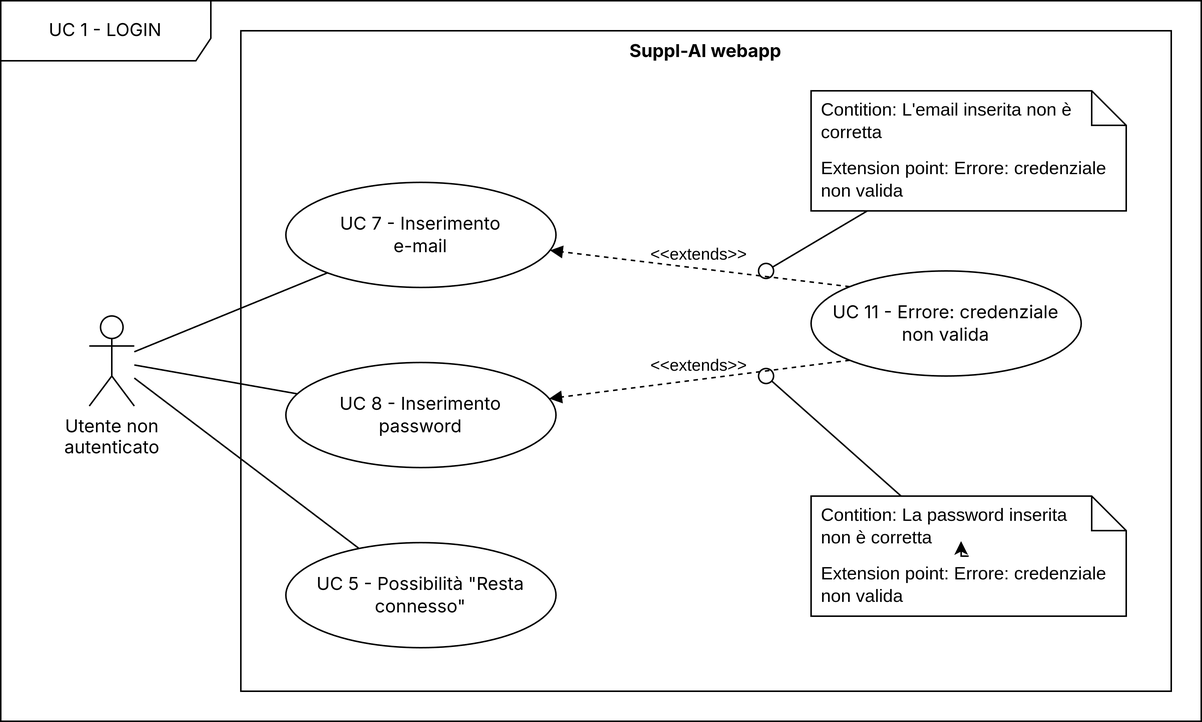
Above: 3 - PB/imgs/uc1.png in CodeHex16/documentazione (draw.io), before the change. Source tidied: cells renumbered, new cells last; positions are measured from the earlier drawing's top-left corner, leaving out a move shared by most shapes.
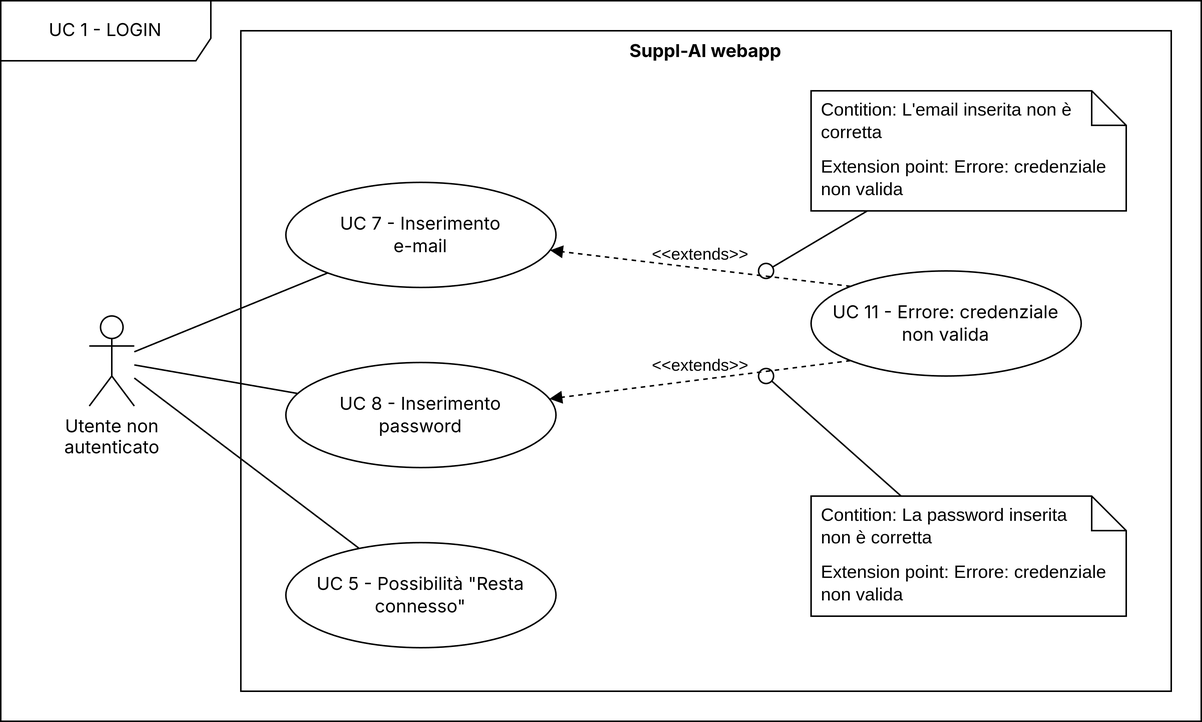
The same file after the commit.

Change to the diagram source:
```diff
@@ -61,13 +61,10 @@
     <mxCell id="20" style="edgeStyle=orthogonalEdgeStyle;rounded=0;orthogonalLoop=1;jettySize=auto;html=1;exitX=0.5;exitY=1;exitDx=0;exitDy=0;" parent="18" edge="1" source="19" target="19">
       <mxGeometry relative="1" as="geometry" />
     </mxCell>
-    <mxCell id="21" style="edgeStyle=orthogonalEdgeStyle;rounded=0;orthogonalLoop=1;jettySize=auto;html=1;exitX=0.5;exitY=1;exitDx=0;exitDy=0;entryX=0.476;entryY=0.75;entryDx=0;entryDy=0;entryPerimeter=0;" parent="18" edge="1" source="19" target="19">
-      <mxGeometry relative="1" as="geometry" />
+    <mxCell id="21" style="endArrow=oval;html=1;rounded=0;endFill=0;endSize=10;" parent="1" edge="1" source="18">
+      <mxGeometry relative="1" as="geometry">
+        <mxPoint x="510" y="250" as="targetPoint" />
+      </mxGeometry>
     </mxCell>
-    <mxCell id="22" style="endArrow=oval;html=1;rounded=0;endFill=0;endSize=10;" parent="1" edge="1" source="18">
-      <mxGeometry relative="1" as="geometry">
-        <mxPoint x="510" y="250" as="targetPoint" />
-      </mxGeometry>
-    </mxCell>
   </root>
 </mxGraphModel>
```
